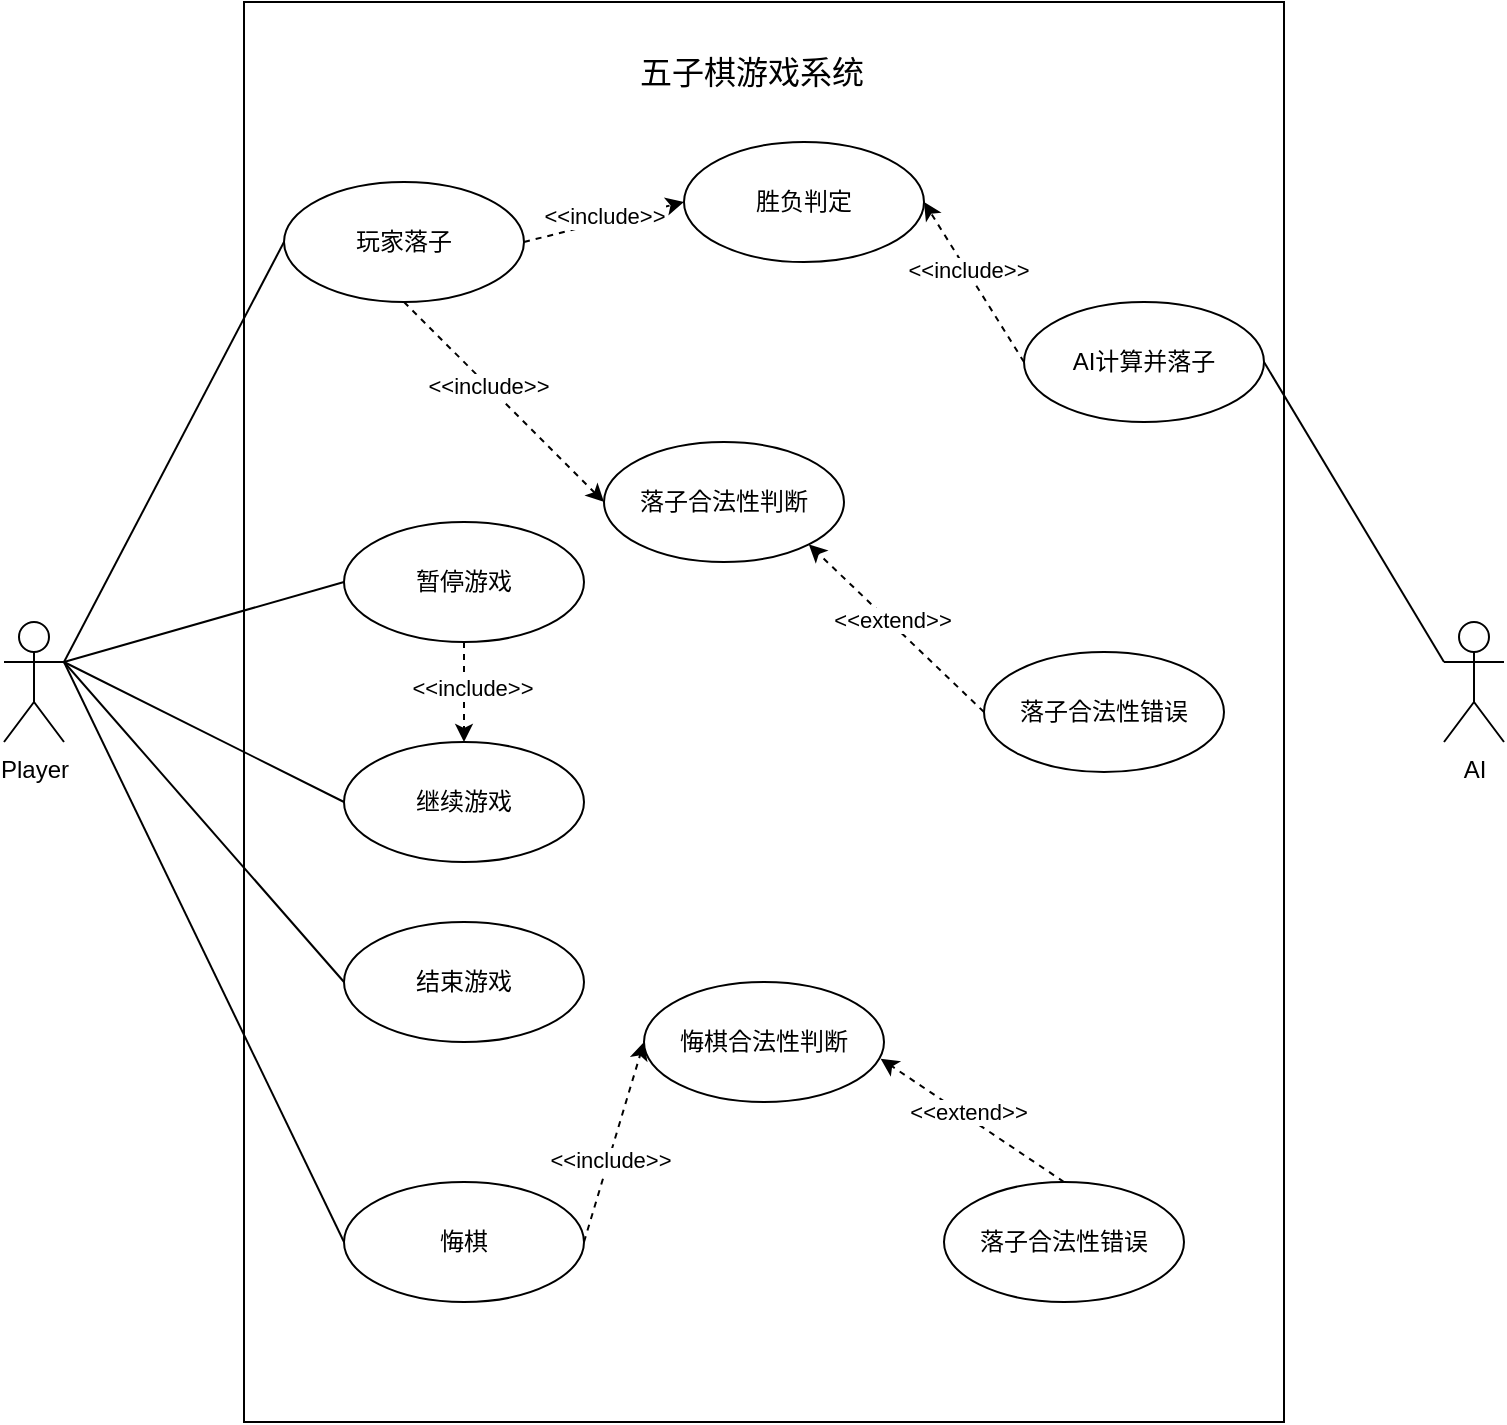
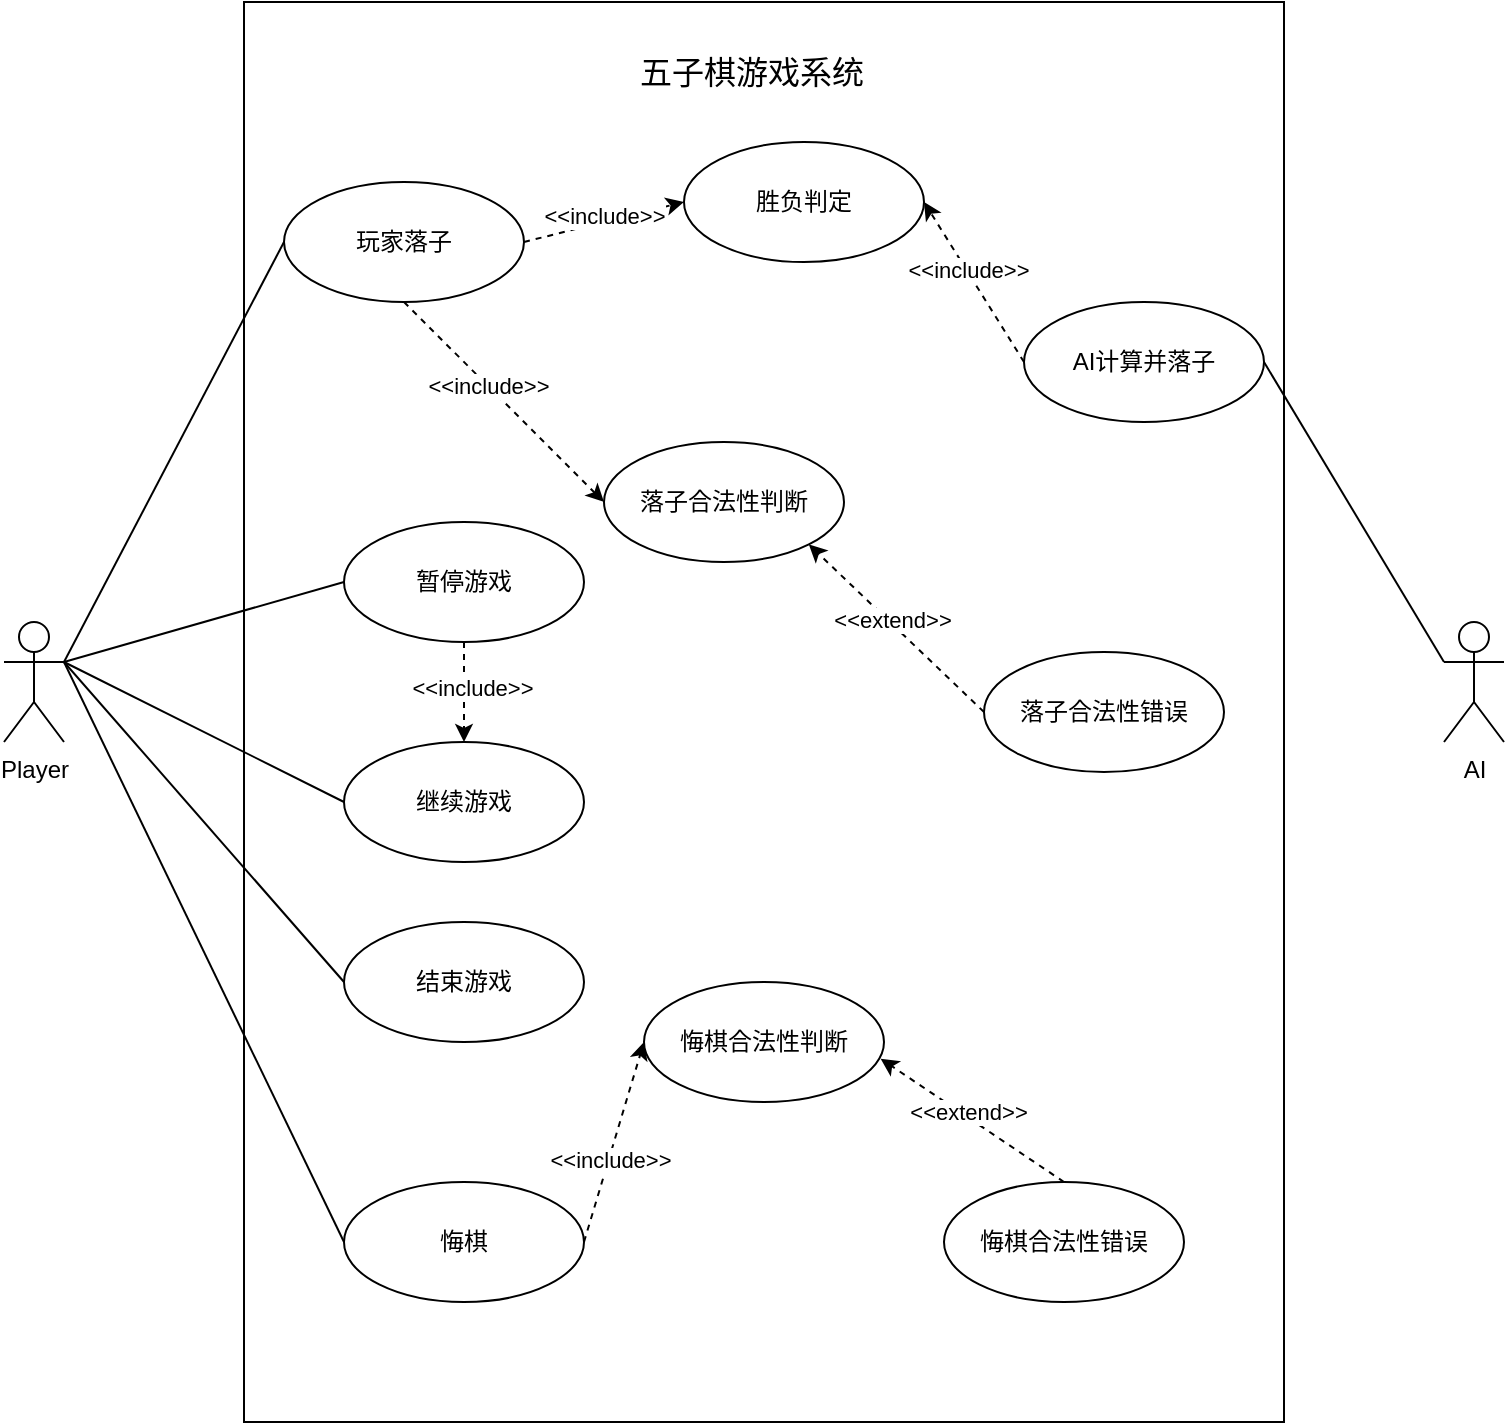
<mxfile host="app.diagrams.net">
  <diagram name="Page-1" id="mYUad11Odgced4m4luzt">
    <mxGraphModel dx="1201" dy="825" grid="1" gridSize="10" guides="1" tooltips="1" connect="1" arrows="1" fold="1" page="1" pageScale="1" pageWidth="827" pageHeight="1169" math="0" shadow="0">
      <root>
        <mxCell id="0" />
        <mxCell id="1" parent="0" />
        <mxCell id="FT644iExh8YyQrtBqDw--9" parent="1" style="shape=umlActor;verticalLabelPosition=bottom;verticalAlign=top;html=1;outlineConnect=0;" value="Player" vertex="1">
          <mxGeometry height="60" width="30" x="40" y="460" as="geometry" />
        </mxCell>
        <mxCell id="FT644iExh8YyQrtBqDw--10" parent="1" style="rounded=0;whiteSpace=wrap;html=1;" value="" vertex="1">
          <mxGeometry height="710" width="520" x="160" y="150" as="geometry" />
        </mxCell>
        <mxCell id="FT644iExh8YyQrtBqDw--8" parent="1" style="text;html=1;whiteSpace=wrap;strokeColor=none;fillColor=none;align=center;verticalAlign=middle;rounded=0;" value="&lt;font style=&quot;font-size: 16px;&quot;&gt;五子棋游戏系统&lt;/font&gt;" vertex="1">
          <mxGeometry height="30" width="240" x="294" y="170" as="geometry" />
        </mxCell>
        <mxCell id="fBbN4jeV9DzmqmJLsIvL-6" edge="1" parent="1" source="FT644iExh8YyQrtBqDw--14" style="rounded=0;orthogonalLoop=1;jettySize=auto;html=1;exitX=0;exitY=0.3333333333333333;exitDx=0;exitDy=0;exitPerimeter=0;entryX=1;entryY=0.5;entryDx=0;entryDy=0;endArrow=none;endFill=0;" target="FT644iExh8YyQrtBqDw--17">
          <mxGeometry relative="1" as="geometry" />
        </mxCell>
        <mxCell id="FT644iExh8YyQrtBqDw--14" parent="1" style="shape=umlActor;verticalLabelPosition=bottom;verticalAlign=top;html=1;outlineConnect=0;" value="AI&lt;div&gt;&lt;br&gt;&lt;/div&gt;" vertex="1">
          <mxGeometry height="60" width="30" x="760" y="460" as="geometry" />
        </mxCell>
        <mxCell id="fBbN4jeV9DzmqmJLsIvL-8" edge="1" parent="1" source="FT644iExh8YyQrtBqDw--16" style="rounded=0;orthogonalLoop=1;jettySize=auto;html=1;exitX=1;exitY=0.5;exitDx=0;exitDy=0;entryX=0;entryY=0.5;entryDx=0;entryDy=0;dashed=1;" target="fBbN4jeV9DzmqmJLsIvL-7">
          <mxGeometry relative="1" as="geometry" />
        </mxCell>
        <mxCell id="fBbN4jeV9DzmqmJLsIvL-10" connectable="0" parent="fBbN4jeV9DzmqmJLsIvL-8" style="edgeLabel;html=1;align=center;verticalAlign=middle;resizable=0;points=[];" value="&amp;lt;&amp;lt;include&amp;gt;&amp;gt;" vertex="1">
          <mxGeometry relative="1" x="0.0178" y="3" as="geometry">
            <mxPoint as="offset" />
          </mxGeometry>
        </mxCell>
        <mxCell id="FT644iExh8YyQrtBqDw--16" parent="1" style="ellipse;whiteSpace=wrap;html=1;" value="玩家落子" vertex="1">
          <mxGeometry height="60" width="120" x="180" y="240" as="geometry" />
        </mxCell>
        <mxCell id="FT644iExh8YyQrtBqDw--17" parent="1" style="ellipse;whiteSpace=wrap;html=1;" value="AI计算并落子" vertex="1">
          <mxGeometry height="60" width="120" x="550" y="300" as="geometry" />
        </mxCell>
        <mxCell id="fBbN4jeV9DzmqmJLsIvL-12" edge="1" parent="1" source="FT644iExh8YyQrtBqDw--18" style="rounded=0;orthogonalLoop=1;jettySize=auto;html=1;dashed=1;" target="FT644iExh8YyQrtBqDw--19" value="">
          <mxGeometry relative="1" as="geometry" />
        </mxCell>
        <mxCell id="fBbN4jeV9DzmqmJLsIvL-14" connectable="0" parent="fBbN4jeV9DzmqmJLsIvL-12" style="edgeLabel;html=1;align=center;verticalAlign=middle;resizable=0;points=[];" value="&amp;lt;&amp;lt;include&amp;gt;&amp;gt;" vertex="1">
          <mxGeometry relative="1" x="-0.1067" y="4" as="geometry">
            <mxPoint as="offset" />
          </mxGeometry>
        </mxCell>
        <mxCell id="FT644iExh8YyQrtBqDw--18" parent="1" style="ellipse;whiteSpace=wrap;html=1;" value="暂停游戏" vertex="1">
          <mxGeometry height="60" width="120" x="210" y="410" as="geometry" />
        </mxCell>
        <mxCell id="FT644iExh8YyQrtBqDw--19" parent="1" style="ellipse;whiteSpace=wrap;html=1;" value="继续游戏" vertex="1">
          <mxGeometry height="60" width="120" x="210" y="520" as="geometry" />
        </mxCell>
        <mxCell id="FT644iExh8YyQrtBqDw--20" parent="1" style="ellipse;whiteSpace=wrap;html=1;" value="结束游戏" vertex="1">
          <mxGeometry height="60" width="120" x="210" y="610" as="geometry" />
        </mxCell>
        <mxCell id="FT644iExh8YyQrtBqDw--21" parent="1" style="ellipse;whiteSpace=wrap;html=1;" value="悔棋" vertex="1">
          <mxGeometry height="60" width="120" x="210" y="740" as="geometry" />
        </mxCell>
        <mxCell id="fBbN4jeV9DzmqmJLsIvL-1" edge="1" parent="1" source="FT644iExh8YyQrtBqDw--9" style="rounded=0;orthogonalLoop=1;jettySize=auto;html=1;exitX=1;exitY=0.3333333333333333;exitDx=0;exitDy=0;exitPerimeter=0;entryX=0;entryY=0.5;entryDx=0;entryDy=0;endArrow=none;endFill=0;" target="FT644iExh8YyQrtBqDw--16">
          <mxGeometry relative="1" as="geometry" />
        </mxCell>
        <mxCell id="fBbN4jeV9DzmqmJLsIvL-2" edge="1" parent="1" source="FT644iExh8YyQrtBqDw--9" style="rounded=0;orthogonalLoop=1;jettySize=auto;html=1;exitX=1;exitY=0.3333333333333333;exitDx=0;exitDy=0;exitPerimeter=0;entryX=0;entryY=0.5;entryDx=0;entryDy=0;endArrow=none;endFill=0;" target="FT644iExh8YyQrtBqDw--18">
          <mxGeometry relative="1" as="geometry" />
        </mxCell>
        <mxCell id="fBbN4jeV9DzmqmJLsIvL-3" edge="1" parent="1" source="FT644iExh8YyQrtBqDw--9" style="rounded=0;orthogonalLoop=1;jettySize=auto;html=1;exitX=1;exitY=0.3333333333333333;exitDx=0;exitDy=0;exitPerimeter=0;entryX=0;entryY=0.5;entryDx=0;entryDy=0;endArrow=none;endFill=0;" target="FT644iExh8YyQrtBqDw--19">
          <mxGeometry relative="1" as="geometry" />
        </mxCell>
        <mxCell id="fBbN4jeV9DzmqmJLsIvL-4" edge="1" parent="1" source="FT644iExh8YyQrtBqDw--9" style="rounded=0;orthogonalLoop=1;jettySize=auto;html=1;exitX=1;exitY=0.3333333333333333;exitDx=0;exitDy=0;exitPerimeter=0;entryX=0;entryY=0.5;entryDx=0;entryDy=0;endArrow=none;endFill=0;" target="FT644iExh8YyQrtBqDw--20">
          <mxGeometry relative="1" as="geometry" />
        </mxCell>
        <mxCell id="fBbN4jeV9DzmqmJLsIvL-5" edge="1" parent="1" source="FT644iExh8YyQrtBqDw--9" style="rounded=0;orthogonalLoop=1;jettySize=auto;html=1;exitX=1;exitY=0.3333333333333333;exitDx=0;exitDy=0;exitPerimeter=0;entryX=0;entryY=0.5;entryDx=0;entryDy=0;endArrow=none;endFill=0;" target="FT644iExh8YyQrtBqDw--21">
          <mxGeometry relative="1" as="geometry" />
        </mxCell>
        <mxCell id="fBbN4jeV9DzmqmJLsIvL-7" parent="1" style="ellipse;whiteSpace=wrap;html=1;" value="胜负判定" vertex="1">
          <mxGeometry height="60" width="120" x="380" y="220" as="geometry" />
        </mxCell>
        <mxCell id="fBbN4jeV9DzmqmJLsIvL-9" edge="1" parent="1" source="FT644iExh8YyQrtBqDw--17" style="rounded=0;orthogonalLoop=1;jettySize=auto;html=1;exitX=0;exitY=0.5;exitDx=0;exitDy=0;entryX=1;entryY=0.5;entryDx=0;entryDy=0;dashed=1;" target="fBbN4jeV9DzmqmJLsIvL-7">
          <mxGeometry relative="1" as="geometry">
            <mxPoint x="390" y="310" as="sourcePoint" />
            <mxPoint x="480" y="280" as="targetPoint" />
          </mxGeometry>
        </mxCell>
        <mxCell id="fBbN4jeV9DzmqmJLsIvL-11" connectable="0" parent="fBbN4jeV9DzmqmJLsIvL-9" style="edgeLabel;html=1;align=center;verticalAlign=middle;resizable=0;points=[];" value="&amp;lt;&amp;lt;include&amp;gt;&amp;gt;" vertex="1">
          <mxGeometry relative="1" x="0.1467" as="geometry">
            <mxPoint as="offset" />
          </mxGeometry>
        </mxCell>
        <mxCell id="fBbN4jeV9DzmqmJLsIvL-16" parent="1" style="ellipse;whiteSpace=wrap;html=1;" value="落子合法性判断" vertex="1">
          <mxGeometry height="60" width="120" x="340" y="370" as="geometry" />
        </mxCell>
        <mxCell id="fBbN4jeV9DzmqmJLsIvL-20" edge="1" parent="1" source="fBbN4jeV9DzmqmJLsIvL-17" style="rounded=0;orthogonalLoop=1;jettySize=auto;html=1;exitX=0;exitY=0.5;exitDx=0;exitDy=0;entryX=1;entryY=1;entryDx=0;entryDy=0;dashed=1;" target="fBbN4jeV9DzmqmJLsIvL-16">
          <mxGeometry relative="1" as="geometry" />
        </mxCell>
        <mxCell id="fBbN4jeV9DzmqmJLsIvL-21" connectable="0" parent="fBbN4jeV9DzmqmJLsIvL-20" style="edgeLabel;html=1;align=center;verticalAlign=middle;resizable=0;points=[];" value="&amp;lt;&amp;lt;extend&amp;gt;&amp;gt;" vertex="1">
          <mxGeometry relative="1" x="0.0795" y="-2" as="geometry">
            <mxPoint as="offset" />
          </mxGeometry>
        </mxCell>
        <mxCell id="fBbN4jeV9DzmqmJLsIvL-17" parent="1" style="ellipse;whiteSpace=wrap;html=1;" value="落子合法性错误" vertex="1">
          <mxGeometry height="60" width="120" x="530" y="475" as="geometry" />
        </mxCell>
        <mxCell id="fBbN4jeV9DzmqmJLsIvL-18" edge="1" parent="1" source="FT644iExh8YyQrtBqDw--16" style="rounded=0;orthogonalLoop=1;jettySize=auto;html=1;exitX=0.5;exitY=1;exitDx=0;exitDy=0;entryX=0;entryY=0.5;entryDx=0;entryDy=0;dashed=1;" target="fBbN4jeV9DzmqmJLsIvL-16">
          <mxGeometry relative="1" as="geometry" />
        </mxCell>
        <mxCell id="fBbN4jeV9DzmqmJLsIvL-19" connectable="0" parent="fBbN4jeV9DzmqmJLsIvL-18" style="edgeLabel;html=1;align=center;verticalAlign=middle;resizable=0;points=[];" value="&amp;lt;&amp;lt;include&amp;gt;&amp;gt;" vertex="1">
          <mxGeometry relative="1" x="-0.1682" as="geometry">
            <mxPoint as="offset" />
          </mxGeometry>
        </mxCell>
        <mxCell id="fBbN4jeV9DzmqmJLsIvL-22" parent="1" style="ellipse;whiteSpace=wrap;html=1;" value="悔棋&lt;span style=&quot;color: rgba(0, 0, 0, 0); font-family: monospace; font-size: 0px; text-align: start; white-space: nowrap;&quot;&gt;%3CmxGraphModel%3E%3Croot%3E%3CmxCell%20id%3D%220%22%2F%3E%3CmxCell%20id%3D%221%22%20parent%3D%220%22%2F%3E%3CmxCell%20id%3D%222%22%20parent%3D%221%22%20style%3D%22ellipse%3BwhiteSpace%3Dwrap%3Bhtml%3D1%3B%22%20value%3D%22%E8%90%BD%E5%AD%90%E5%90%88%E6%B3%95%E6%80%A7%E5%88%A4%E6%96%AD%22%20vertex%3D%221%22%3E%3CmxGeometry%20height%3D%2260%22%20width%3D%22120%22%20x%3D%22340%22%20y%3D%22370%22%20as%3D%22geometry%22%2F%3E%3C%2FmxCell%3E%3C%2Froot%3E%3C%2FmxGraphModel%3E&lt;/span&gt;合法性判断" vertex="1">
          <mxGeometry height="60" width="120" x="360" y="640" as="geometry" />
        </mxCell>
-         <mxCell id="fBbN4jeV9DzmqmJLsIvL-23" parent="1" style="ellipse;whiteSpace=wrap;html=1;" value="落子合法性错误" vertex="1">
+         <mxCell id="fBbN4jeV9DzmqmJLsIvL-23" parent="1" style="ellipse;whiteSpace=wrap;html=1;" value="悔棋合法性错误" vertex="1">
          <mxGeometry height="60" width="120" x="510" y="740" as="geometry" />
        </mxCell>
        <mxCell id="fBbN4jeV9DzmqmJLsIvL-24" edge="1" parent="1" source="FT644iExh8YyQrtBqDw--21" style="rounded=0;orthogonalLoop=1;jettySize=auto;html=1;exitX=1;exitY=0.5;exitDx=0;exitDy=0;entryX=0;entryY=0.5;entryDx=0;entryDy=0;dashed=1;" target="fBbN4jeV9DzmqmJLsIvL-22">
          <mxGeometry relative="1" as="geometry">
            <mxPoint x="340" y="760" as="sourcePoint" />
            <mxPoint x="440" y="860" as="targetPoint" />
          </mxGeometry>
        </mxCell>
        <mxCell id="fBbN4jeV9DzmqmJLsIvL-25" connectable="0" parent="fBbN4jeV9DzmqmJLsIvL-24" style="edgeLabel;html=1;align=center;verticalAlign=middle;resizable=0;points=[];" value="&amp;lt;&amp;lt;include&amp;gt;&amp;gt;" vertex="1">
          <mxGeometry relative="1" x="-0.1682" as="geometry">
            <mxPoint as="offset" />
          </mxGeometry>
        </mxCell>
        <mxCell id="fBbN4jeV9DzmqmJLsIvL-28" edge="1" parent="1" source="fBbN4jeV9DzmqmJLsIvL-23" style="rounded=0;orthogonalLoop=1;jettySize=auto;html=1;exitX=0.5;exitY=0;exitDx=0;exitDy=0;entryX=0.986;entryY=0.639;entryDx=0;entryDy=0;dashed=1;entryPerimeter=0;" target="fBbN4jeV9DzmqmJLsIvL-22">
          <mxGeometry relative="1" as="geometry">
            <mxPoint x="628" y="774" as="sourcePoint" />
            <mxPoint x="540" y="690" as="targetPoint" />
          </mxGeometry>
        </mxCell>
        <mxCell id="fBbN4jeV9DzmqmJLsIvL-29" connectable="0" parent="fBbN4jeV9DzmqmJLsIvL-28" style="edgeLabel;html=1;align=center;verticalAlign=middle;resizable=0;points=[];" value="&amp;lt;&amp;lt;extend&amp;gt;&amp;gt;" vertex="1">
          <mxGeometry relative="1" x="0.0795" y="-2" as="geometry">
            <mxPoint as="offset" />
          </mxGeometry>
        </mxCell>
      </root>
    </mxGraphModel>
  </diagram>
</mxfile>
